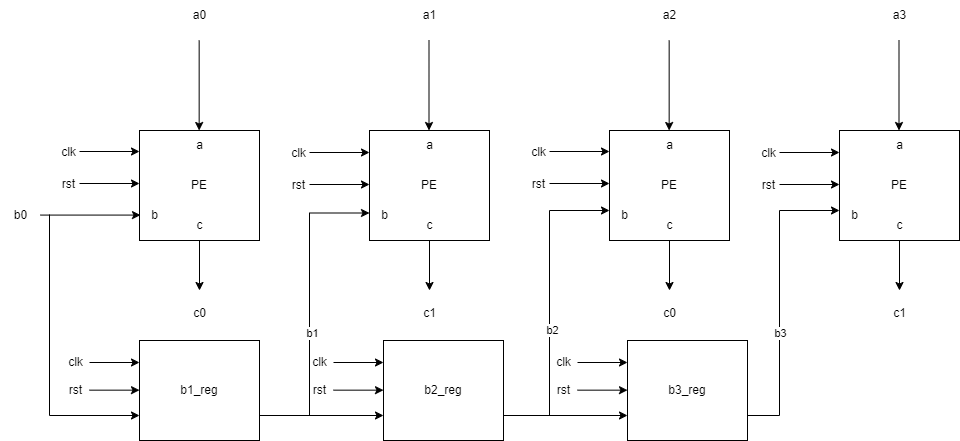
rong-hash/chipgptv_img keeps this draw.io diagram as advanced/1x4systolic.png. Above is the earlier version. Source tidied: cells renumbered, new cells last; positions are measured from the earlier drawing's top-left corner, leaving out a move shared by most shapes. Its diagram source:
```xml
<mxGraphModel>
  <root>
    <mxCell id="0" />
    <mxCell id="1" parent="0" />
    <mxCell id="2" value="PE" style="whiteSpace=wrap;html=1;" parent="1" vertex="1">
      <mxGeometry x="139" y="130" width="120" height="110" as="geometry" />
    </mxCell>
    <mxCell id="3" value="PE" style="whiteSpace=wrap;html=1;" parent="1" vertex="1">
      <mxGeometry x="369" y="130" width="120" height="110" as="geometry" />
    </mxCell>
    <mxCell id="4" style="edgeStyle=none;orthogonalLoop=1;jettySize=auto;html=1;rounded=0;" parent="1" edge="1">
      <mxGeometry relative="1" as="geometry">
        <mxPoint x="40" y="214.6" as="sourcePoint" />
        <mxPoint x="140" y="214.6" as="targetPoint" />
      </mxGeometry>
    </mxCell>
    <mxCell id="5" value="b0" style="text;html=1;align=center;verticalAlign=middle;strokeColor=none;fillColor=none;" parent="1" vertex="1">
      <mxGeometry y="200" width="40" height="30" as="geometry" />
    </mxCell>
    <mxCell id="6" style="edgeStyle=none;orthogonalLoop=1;jettySize=auto;html=1;rounded=0;" parent="1" edge="1">
      <mxGeometry relative="1" as="geometry">
        <mxPoint x="198.7" y="40" as="sourcePoint" />
        <mxPoint x="198.7" y="130" as="targetPoint" />
      </mxGeometry>
    </mxCell>
    <mxCell id="7" value="a0" style="text;html=1;align=center;verticalAlign=middle;strokeColor=none;fillColor=none;" parent="1" vertex="1">
      <mxGeometry x="179" width="40" height="30" as="geometry" />
    </mxCell>
    <mxCell id="8" style="edgeStyle=none;orthogonalLoop=1;jettySize=auto;html=1;rounded=0;" parent="1" edge="1">
      <mxGeometry relative="1" as="geometry">
        <mxPoint x="428.5" y="40" as="sourcePoint" />
        <mxPoint x="428.5" y="130" as="targetPoint" />
      </mxGeometry>
    </mxCell>
    <mxCell id="9" value="a1" style="text;html=1;align=center;verticalAlign=middle;strokeColor=none;fillColor=none;" parent="1" vertex="1">
      <mxGeometry x="409" width="40" height="30" as="geometry" />
    </mxCell>
    <mxCell id="10" style="edgeStyle=none;jettySize=auto;html=1;rounded=0;entryX=0;entryY=0.75;entryDx=0;entryDy=0;" parent="1" edge="1" target="13">
      <mxGeometry relative="1" as="geometry">
        <mxPoint x="49" y="214" as="sourcePoint" />
        <Array as="points">
          <mxPoint x="49" y="415" />
        </Array>
      </mxGeometry>
    </mxCell>
    <mxCell id="11" style="edgeStyle=orthogonalEdgeStyle;rounded=0;jettySize=auto;html=1;entryX=0;entryY=0.75;entryDx=0;entryDy=0;exitX=1;exitY=0.75;exitDx=0;exitDy=0;" parent="1" edge="1" source="13" target="3">
      <mxGeometry relative="1" as="geometry">
        <Array as="points">
          <mxPoint x="309" y="415" />
          <mxPoint x="309" y="213" />
        </Array>
      </mxGeometry>
    </mxCell>
    <mxCell id="12" value="b1" style="edgeLabel;html=1;align=center;verticalAlign=middle;" parent="11" vertex="1">
      <mxGeometry x="-0.15" y="-2" relative="1" as="geometry" />
    </mxCell>
    <mxCell id="13" value="b1_reg" style="whiteSpace=wrap;html=1;" parent="1" vertex="1">
      <mxGeometry x="139" y="340" width="120" height="100" as="geometry" />
    </mxCell>
    <mxCell id="14" style="edgeStyle=none;orthogonalLoop=1;jettySize=auto;html=1;rounded=0;" parent="1" edge="1">
      <mxGeometry relative="1" as="geometry">
        <mxPoint x="89" y="362" as="sourcePoint" />
        <mxPoint x="139" y="362" as="targetPoint" />
      </mxGeometry>
    </mxCell>
    <mxCell id="15" value="clk" style="text;html=1;align=center;verticalAlign=middle;strokeColor=none;fillColor=none;" parent="1" vertex="1">
      <mxGeometry x="55" y="347" width="40" height="30" as="geometry" />
    </mxCell>
    <mxCell id="16" value="b" style="text;html=1;align=center;verticalAlign=middle;strokeColor=none;fillColor=none;" parent="1" vertex="1">
      <mxGeometry x="139" y="200" width="30" height="30" as="geometry" />
    </mxCell>
    <mxCell id="17" value="b" style="text;html=1;align=center;verticalAlign=middle;strokeColor=none;fillColor=none;" parent="1" vertex="1">
      <mxGeometry x="369" y="200" width="30" height="30" as="geometry" />
    </mxCell>
    <mxCell id="18" value="a" style="text;html=1;align=center;verticalAlign=middle;strokeColor=none;fillColor=none;" parent="1" vertex="1">
      <mxGeometry x="184" y="130" width="30" height="30" as="geometry" />
    </mxCell>
    <mxCell id="19" value="a" style="text;html=1;align=center;verticalAlign=middle;strokeColor=none;fillColor=none;" parent="1" vertex="1">
      <mxGeometry x="414" y="130" width="30" height="30" as="geometry" />
    </mxCell>
    <mxCell id="20" value="c" style="text;html=1;align=center;verticalAlign=middle;strokeColor=none;fillColor=none;" parent="1" vertex="1">
      <mxGeometry x="184" y="210" width="30" height="30" as="geometry" />
    </mxCell>
    <mxCell id="21" value="c" style="text;html=1;align=center;verticalAlign=middle;strokeColor=none;fillColor=none;" parent="1" vertex="1">
      <mxGeometry x="414" y="210" width="30" height="30" as="geometry" />
    </mxCell>
    <mxCell id="22" style="edgeStyle=none;orthogonalLoop=1;jettySize=auto;html=1;rounded=0;" parent="1" edge="1">
      <mxGeometry relative="1" as="geometry">
        <mxPoint x="199" y="240" as="sourcePoint" />
        <mxPoint x="199" y="290" as="targetPoint" />
      </mxGeometry>
    </mxCell>
    <mxCell id="23" value="c0" style="text;html=1;align=center;verticalAlign=middle;strokeColor=none;fillColor=none;" parent="1" vertex="1">
      <mxGeometry x="179" y="298" width="40" height="30" as="geometry" />
    </mxCell>
    <mxCell id="24" style="edgeStyle=none;orthogonalLoop=1;jettySize=auto;html=1;rounded=0;" parent="1" edge="1">
      <mxGeometry relative="1" as="geometry">
        <mxPoint x="429" y="240" as="sourcePoint" />
        <mxPoint x="429" y="290" as="targetPoint" />
      </mxGeometry>
    </mxCell>
    <mxCell id="25" value="c1" style="text;html=1;align=center;verticalAlign=middle;strokeColor=none;fillColor=none;" parent="1" vertex="1">
      <mxGeometry x="409" y="298" width="40" height="30" as="geometry" />
    </mxCell>
    <mxCell id="26" style="edgeStyle=none;orthogonalLoop=1;jettySize=auto;html=1;rounded=0;" parent="1" edge="1">
      <mxGeometry relative="1" as="geometry">
        <mxPoint x="309" y="152" as="sourcePoint" />
        <mxPoint x="369" y="152" as="targetPoint" />
      </mxGeometry>
    </mxCell>
    <mxCell id="27" value="clk" style="text;html=1;align=center;verticalAlign=middle;strokeColor=none;fillColor=none;" parent="1" vertex="1">
      <mxGeometry x="278" y="138" width="40" height="30" as="geometry" />
    </mxCell>
    <mxCell id="28" value="rst" style="text;html=1;align=center;verticalAlign=middle;strokeColor=none;fillColor=none;" parent="1" vertex="1">
      <mxGeometry x="278" y="170" width="40" height="30" as="geometry" />
    </mxCell>
    <mxCell id="29" style="edgeStyle=none;orthogonalLoop=1;jettySize=auto;html=1;rounded=0;" parent="1" edge="1">
      <mxGeometry relative="1" as="geometry">
        <mxPoint x="309" y="184" as="sourcePoint" />
        <mxPoint x="369" y="184" as="targetPoint" />
      </mxGeometry>
    </mxCell>
    <mxCell id="30" style="edgeStyle=none;orthogonalLoop=1;jettySize=auto;html=1;rounded=0;" parent="1" edge="1">
      <mxGeometry relative="1" as="geometry">
        <mxPoint x="89" y="389.7" as="sourcePoint" />
        <mxPoint x="139" y="389.7" as="targetPoint" />
      </mxGeometry>
    </mxCell>
    <mxCell id="31" value="rst" style="text;html=1;align=center;verticalAlign=middle;strokeColor=none;fillColor=none;" parent="1" vertex="1">
      <mxGeometry x="55" y="375" width="40" height="30" as="geometry" />
    </mxCell>
    <mxCell id="32" style="edgeStyle=none;orthogonalLoop=1;jettySize=auto;html=1;rounded=0;" parent="1" edge="1">
      <mxGeometry relative="1" as="geometry">
        <mxPoint x="79" y="151" as="sourcePoint" />
        <mxPoint x="139" y="151" as="targetPoint" />
      </mxGeometry>
    </mxCell>
    <mxCell id="33" value="clk" style="text;html=1;align=center;verticalAlign=middle;strokeColor=none;fillColor=none;" parent="1" vertex="1">
      <mxGeometry x="48" y="137" width="40" height="30" as="geometry" />
    </mxCell>
    <mxCell id="34" value="rst" style="text;html=1;align=center;verticalAlign=middle;strokeColor=none;fillColor=none;" parent="1" vertex="1">
      <mxGeometry x="48" y="169" width="40" height="30" as="geometry" />
    </mxCell>
    <mxCell id="35" style="edgeStyle=none;orthogonalLoop=1;jettySize=auto;html=1;rounded=0;" parent="1" edge="1">
      <mxGeometry relative="1" as="geometry">
        <mxPoint x="79" y="183" as="sourcePoint" />
        <mxPoint x="139" y="183" as="targetPoint" />
      </mxGeometry>
    </mxCell>
    <mxCell id="36" value="PE" style="whiteSpace=wrap;html=1;" parent="1" vertex="1">
      <mxGeometry x="609" y="130" width="120" height="110" as="geometry" />
    </mxCell>
    <mxCell id="37" value="PE" style="whiteSpace=wrap;html=1;" parent="1" vertex="1">
      <mxGeometry x="839" y="130" width="120" height="110" as="geometry" />
    </mxCell>
    <mxCell id="38" style="edgeStyle=none;orthogonalLoop=1;jettySize=auto;html=1;rounded=0;" parent="1" edge="1">
      <mxGeometry relative="1" as="geometry">
        <mxPoint x="668.7" y="40" as="sourcePoint" />
        <mxPoint x="668.7" y="130" as="targetPoint" />
      </mxGeometry>
    </mxCell>
    <mxCell id="39" value="a2" style="text;html=1;align=center;verticalAlign=middle;strokeColor=none;fillColor=none;" parent="1" vertex="1">
      <mxGeometry x="649" width="40" height="30" as="geometry" />
    </mxCell>
    <mxCell id="40" style="edgeStyle=none;orthogonalLoop=1;jettySize=auto;html=1;rounded=0;" parent="1" edge="1">
      <mxGeometry relative="1" as="geometry">
        <mxPoint x="898.5" y="40" as="sourcePoint" />
        <mxPoint x="898.5" y="130" as="targetPoint" />
      </mxGeometry>
    </mxCell>
    <mxCell id="41" value="a3" style="text;html=1;align=center;verticalAlign=middle;strokeColor=none;fillColor=none;" parent="1" vertex="1">
      <mxGeometry x="879" width="40" height="30" as="geometry" />
    </mxCell>
    <mxCell id="42" value="b" style="text;html=1;align=center;verticalAlign=middle;strokeColor=none;fillColor=none;" parent="1" vertex="1">
      <mxGeometry x="609" y="200" width="30" height="30" as="geometry" />
    </mxCell>
    <mxCell id="43" value="b" style="text;html=1;align=center;verticalAlign=middle;strokeColor=none;fillColor=none;" parent="1" vertex="1">
      <mxGeometry x="839" y="200" width="30" height="30" as="geometry" />
    </mxCell>
    <mxCell id="44" value="a" style="text;html=1;align=center;verticalAlign=middle;strokeColor=none;fillColor=none;" parent="1" vertex="1">
      <mxGeometry x="654" y="130" width="30" height="30" as="geometry" />
    </mxCell>
    <mxCell id="45" value="a" style="text;html=1;align=center;verticalAlign=middle;strokeColor=none;fillColor=none;" parent="1" vertex="1">
      <mxGeometry x="884" y="130" width="30" height="30" as="geometry" />
    </mxCell>
    <mxCell id="46" value="c" style="text;html=1;align=center;verticalAlign=middle;strokeColor=none;fillColor=none;" parent="1" vertex="1">
      <mxGeometry x="654" y="210" width="30" height="30" as="geometry" />
    </mxCell>
    <mxCell id="47" value="c" style="text;html=1;align=center;verticalAlign=middle;strokeColor=none;fillColor=none;" parent="1" vertex="1">
      <mxGeometry x="884" y="210" width="30" height="30" as="geometry" />
    </mxCell>
    <mxCell id="48" style="edgeStyle=none;orthogonalLoop=1;jettySize=auto;html=1;rounded=0;" parent="1" edge="1">
      <mxGeometry relative="1" as="geometry">
        <mxPoint x="669" y="240" as="sourcePoint" />
        <mxPoint x="669" y="290" as="targetPoint" />
      </mxGeometry>
    </mxCell>
    <mxCell id="49" value="c0" style="text;html=1;align=center;verticalAlign=middle;strokeColor=none;fillColor=none;" parent="1" vertex="1">
      <mxGeometry x="649" y="298" width="40" height="30" as="geometry" />
    </mxCell>
    <mxCell id="50" style="edgeStyle=none;orthogonalLoop=1;jettySize=auto;html=1;rounded=0;" parent="1" edge="1">
      <mxGeometry relative="1" as="geometry">
        <mxPoint x="899" y="240" as="sourcePoint" />
        <mxPoint x="899" y="290" as="targetPoint" />
      </mxGeometry>
    </mxCell>
    <mxCell id="51" value="c1" style="text;html=1;align=center;verticalAlign=middle;strokeColor=none;fillColor=none;" parent="1" vertex="1">
      <mxGeometry x="879" y="298" width="40" height="30" as="geometry" />
    </mxCell>
    <mxCell id="52" style="edgeStyle=none;orthogonalLoop=1;jettySize=auto;html=1;rounded=0;" parent="1" edge="1">
      <mxGeometry relative="1" as="geometry">
        <mxPoint x="779" y="152" as="sourcePoint" />
        <mxPoint x="839" y="152" as="targetPoint" />
      </mxGeometry>
    </mxCell>
    <mxCell id="53" value="clk" style="text;html=1;align=center;verticalAlign=middle;strokeColor=none;fillColor=none;" parent="1" vertex="1">
      <mxGeometry x="748" y="138" width="40" height="30" as="geometry" />
    </mxCell>
    <mxCell id="54" value="rst" style="text;html=1;align=center;verticalAlign=middle;strokeColor=none;fillColor=none;" parent="1" vertex="1">
      <mxGeometry x="748" y="170" width="40" height="30" as="geometry" />
    </mxCell>
    <mxCell id="55" style="edgeStyle=none;orthogonalLoop=1;jettySize=auto;html=1;rounded=0;" parent="1" edge="1">
      <mxGeometry relative="1" as="geometry">
        <mxPoint x="779" y="184" as="sourcePoint" />
        <mxPoint x="839" y="184" as="targetPoint" />
      </mxGeometry>
    </mxCell>
    <mxCell id="56" style="edgeStyle=none;orthogonalLoop=1;jettySize=auto;html=1;rounded=0;" parent="1" edge="1">
      <mxGeometry relative="1" as="geometry">
        <mxPoint x="549" y="151" as="sourcePoint" />
        <mxPoint x="609" y="151" as="targetPoint" />
      </mxGeometry>
    </mxCell>
    <mxCell id="57" value="clk" style="text;html=1;align=center;verticalAlign=middle;strokeColor=none;fillColor=none;" parent="1" vertex="1">
      <mxGeometry x="518" y="137" width="40" height="30" as="geometry" />
    </mxCell>
    <mxCell id="58" value="rst" style="text;html=1;align=center;verticalAlign=middle;strokeColor=none;fillColor=none;" parent="1" vertex="1">
      <mxGeometry x="518" y="169" width="40" height="30" as="geometry" />
    </mxCell>
    <mxCell id="59" style="edgeStyle=none;orthogonalLoop=1;jettySize=auto;html=1;rounded=0;" parent="1" edge="1">
      <mxGeometry relative="1" as="geometry">
        <mxPoint x="549" y="183" as="sourcePoint" />
        <mxPoint x="609" y="183" as="targetPoint" />
      </mxGeometry>
    </mxCell>
    <mxCell id="60" value="b2_reg" style="whiteSpace=wrap;html=1;" parent="1" vertex="1">
      <mxGeometry x="383" y="340" width="120" height="100" as="geometry" />
    </mxCell>
    <mxCell id="61" style="edgeStyle=none;orthogonalLoop=1;jettySize=auto;html=1;rounded=0;" parent="1" edge="1">
      <mxGeometry relative="1" as="geometry">
        <mxPoint x="333" y="362" as="sourcePoint" />
        <mxPoint x="383" y="362" as="targetPoint" />
      </mxGeometry>
    </mxCell>
    <mxCell id="62" value="clk" style="text;html=1;align=center;verticalAlign=middle;strokeColor=none;fillColor=none;" parent="1" vertex="1">
      <mxGeometry x="299" y="347" width="40" height="30" as="geometry" />
    </mxCell>
    <mxCell id="63" style="edgeStyle=none;orthogonalLoop=1;jettySize=auto;html=1;rounded=0;" parent="1" edge="1">
      <mxGeometry relative="1" as="geometry">
        <mxPoint x="333" y="389.7" as="sourcePoint" />
        <mxPoint x="383" y="389.7" as="targetPoint" />
      </mxGeometry>
    </mxCell>
    <mxCell id="64" value="rst" style="text;html=1;align=center;verticalAlign=middle;strokeColor=none;fillColor=none;" parent="1" vertex="1">
      <mxGeometry x="299" y="375" width="40" height="30" as="geometry" />
    </mxCell>
    <mxCell id="65" style="endArrow=classic;html=1;rounded=0;exitX=1;exitY=0.75;exitDx=0;exitDy=0;entryX=0;entryY=0.75;entryDx=0;entryDy=0;" parent="1" edge="1" source="13" target="60">
      <mxGeometry relative="1" as="geometry" />
    </mxCell>
    <mxCell id="66" style="edgeStyle=orthogonalEdgeStyle;rounded=0;jettySize=auto;html=1;exitX=1;exitY=0.75;exitDx=0;exitDy=0;" parent="1" edge="1" source="60">
      <mxGeometry relative="1" as="geometry">
        <mxPoint x="609" y="210" as="targetPoint" />
        <Array as="points">
          <mxPoint x="549" y="415" />
          <mxPoint x="549" y="210" />
        </Array>
      </mxGeometry>
    </mxCell>
    <mxCell id="67" value="b2" style="edgeLabel;html=1;align=center;verticalAlign=middle;" parent="66" vertex="1">
      <mxGeometry x="-0.15" y="-2" relative="1" as="geometry" />
    </mxCell>
    <mxCell id="68" value="b3_reg" style="whiteSpace=wrap;html=1;" parent="1" vertex="1">
      <mxGeometry x="627" y="340" width="120" height="100" as="geometry" />
    </mxCell>
    <mxCell id="69" style="edgeStyle=none;orthogonalLoop=1;jettySize=auto;html=1;rounded=0;" parent="1" edge="1">
      <mxGeometry relative="1" as="geometry">
        <mxPoint x="577" y="362" as="sourcePoint" />
        <mxPoint x="627" y="362" as="targetPoint" />
      </mxGeometry>
    </mxCell>
    <mxCell id="70" value="clk" style="text;html=1;align=center;verticalAlign=middle;strokeColor=none;fillColor=none;" parent="1" vertex="1">
      <mxGeometry x="543" y="347" width="40" height="30" as="geometry" />
    </mxCell>
    <mxCell id="71" style="edgeStyle=none;orthogonalLoop=1;jettySize=auto;html=1;rounded=0;" parent="1" edge="1">
      <mxGeometry relative="1" as="geometry">
        <mxPoint x="577" y="389.7" as="sourcePoint" />
        <mxPoint x="627" y="389.7" as="targetPoint" />
      </mxGeometry>
    </mxCell>
    <mxCell id="72" value="rst" style="text;html=1;align=center;verticalAlign=middle;strokeColor=none;fillColor=none;" parent="1" vertex="1">
      <mxGeometry x="543" y="375" width="40" height="30" as="geometry" />
    </mxCell>
    <mxCell id="73" style="endArrow=classic;html=1;rounded=0;exitX=1;exitY=0.75;exitDx=0;exitDy=0;entryX=0;entryY=0.75;entryDx=0;entryDy=0;" parent="1" edge="1" target="68">
      <mxGeometry relative="1" as="geometry">
        <mxPoint x="503" y="415" as="sourcePoint" />
      </mxGeometry>
    </mxCell>
    <mxCell id="74" style="edgeStyle=orthogonalEdgeStyle;rounded=0;jettySize=auto;html=1;exitX=1;exitY=0.75;exitDx=0;exitDy=0;" parent="1" edge="1" source="68">
      <mxGeometry relative="1" as="geometry">
        <mxPoint x="839" y="210" as="targetPoint" />
        <Array as="points">
          <mxPoint x="779" y="415" />
          <mxPoint x="779" y="210" />
        </Array>
      </mxGeometry>
    </mxCell>
    <mxCell id="75" value="b3" style="edgeLabel;html=1;align=center;verticalAlign=middle;" parent="74" vertex="1">
      <mxGeometry x="-0.14" relative="1" as="geometry">
        <mxPoint y="12" as="offset" />
      </mxGeometry>
    </mxCell>
  </root>
</mxGraphModel>
```
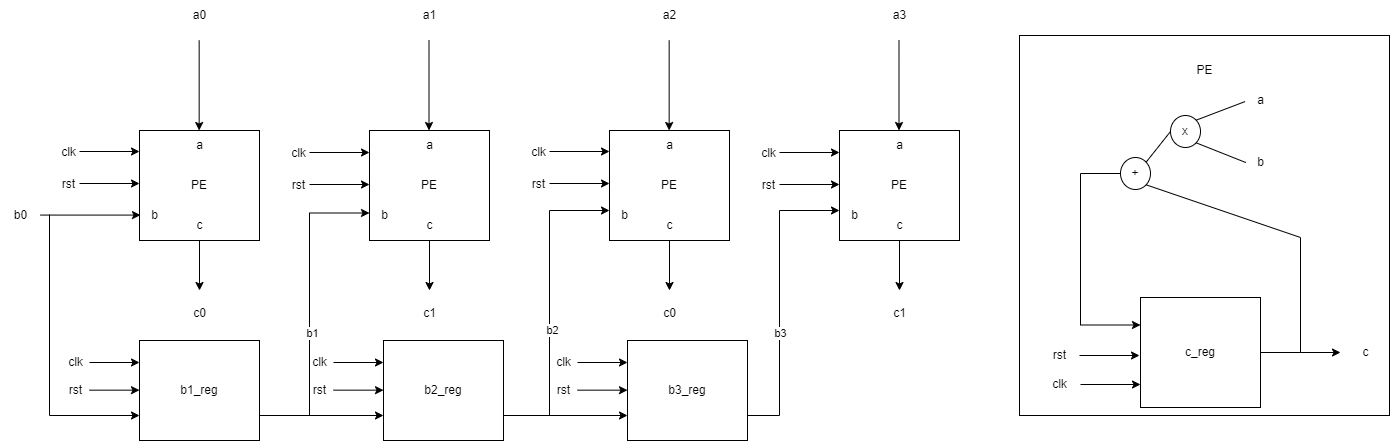
The same file after the commit.

Commit message:
update advanced instance image

Diff of the diagram source:
```diff
@@ -319,5 +319,78 @@
         <mxPoint y="12" as="offset" />
       </mxGeometry>
     </mxCell>
+    <mxCell id="76" style="whiteSpace=wrap;html=1;" parent="1" vertex="1">
+      <mxGeometry x="1019" y="35" width="370" height="380" as="geometry" />
+    </mxCell>
+    <mxCell id="77" value="PE" style="text;html=1;align=center;verticalAlign=middle;strokeColor=none;fillColor=none;" parent="1" vertex="1">
+      <mxGeometry x="1184" y="55" width="40" height="30" as="geometry" />
+    </mxCell>
+    <mxCell id="78" value="a" style="text;html=1;align=center;verticalAlign=middle;points=[];strokeColor=none;fillColor=none;" parent="1" vertex="1">
+      <mxGeometry x="1245" y="85" width="30" height="30" as="geometry" />
+    </mxCell>
+    <mxCell id="79" value="b" style="text;html=1;align=center;verticalAlign=middle;points=[];strokeColor=none;fillColor=none;" parent="1" vertex="1">
+      <mxGeometry x="1245" y="147" width="30" height="30" as="geometry" />
+    </mxCell>
+    <mxCell id="80" style="endArrow=none;html=1;rounded=0;entryX=-0.014;entryY=0.535;entryDx=0;entryDy=0;entryPerimeter=0;exitX=1;exitY=0;exitDx=0;exitDy=0;" parent="1" edge="1" source="81" target="78">
+      <mxGeometry relative="1" as="geometry" />
+    </mxCell>
+    <mxCell id="81" value="x" style="ellipse;whiteSpace=wrap;html=1;" parent="1" vertex="1">
+      <mxGeometry x="1170" y="115" width="30" height="32" as="geometry" />
+    </mxCell>
+    <mxCell id="82" style="endArrow=none;html=1;rounded=0;entryX=0.013;entryY=0.502;entryDx=0;entryDy=0;entryPerimeter=0;exitX=1;exitY=1;exitDx=0;exitDy=0;" parent="1" edge="1" source="81" target="79">
+      <mxGeometry relative="1" as="geometry" />
+    </mxCell>
+    <mxCell id="83" style="edgeStyle=orthogonalEdgeStyle;rounded=0;jettySize=auto;html=1;entryX=0;entryY=0.25;entryDx=0;entryDy=0;" parent="1" edge="1" source="84" target="87">
+      <mxGeometry relative="1" as="geometry">
+        <Array as="points">
+          <mxPoint x="1080" y="173" />
+          <mxPoint x="1080" y="325" />
+          <mxPoint x="1140" y="325" />
+        </Array>
+      </mxGeometry>
+    </mxCell>
+    <mxCell id="84" value="+" style="ellipse;whiteSpace=wrap;html=1;" parent="1" vertex="1">
+      <mxGeometry x="1120" y="157" width="30" height="32" as="geometry" />
+    </mxCell>
+    <mxCell id="85" style="endArrow=none;html=1;rounded=0;entryX=0;entryY=0.5;entryDx=0;entryDy=0;exitX=1;exitY=0;exitDx=0;exitDy=0;" parent="1" edge="1" source="84" target="81">
+      <mxGeometry relative="1" as="geometry" />
+    </mxCell>
+    <mxCell id="86" style="edgeStyle=orthogonalEdgeStyle;rounded=0;jettySize=auto;html=1;" parent="1" edge="1" source="87">
+      <mxGeometry relative="1" as="geometry">
+        <mxPoint x="1340" y="352" as="targetPoint" />
+      </mxGeometry>
+    </mxCell>
+    <mxCell id="87" value="c_reg" style="whiteSpace=wrap;html=1;" parent="1" vertex="1">
+      <mxGeometry x="1140" y="297" width="120" height="110" as="geometry" />
+    </mxCell>
+    <mxCell id="88" value="c" style="text;html=1;align=center;verticalAlign=middle;strokeColor=none;fillColor=none;" parent="1" vertex="1">
+      <mxGeometry x="1350" y="337" width="30" height="30" as="geometry" />
+    </mxCell>
+    <mxCell id="89" style="endArrow=none;html=1;rounded=0;entryX=1;entryY=1;entryDx=0;entryDy=0;" parent="1" edge="1" target="84">
+      <mxGeometry relative="1" as="geometry">
+        <mxPoint x="1300" y="352" as="sourcePoint" />
+        <Array as="points">
+          <mxPoint x="1300" y="237" />
+        </Array>
+      </mxGeometry>
+    </mxCell>
+    <mxCell id="90" value="clk" style="text;html=1;align=center;verticalAlign=middle;strokeColor=none;fillColor=none;rotation=0;" parent="1" vertex="1">
+      <mxGeometry x="1039" y="369" width="40" height="30" as="geometry" />
+    </mxCell>
+    <mxCell id="91" style="edgeStyle=none;orthogonalLoop=1;jettySize=auto;html=1;rounded=0;" parent="1" edge="1">
+      <mxGeometry relative="1" as="geometry">
+        <mxPoint x="1080" y="384" as="sourcePoint" />
+        <mxPoint x="1140" y="384" as="targetPoint" />
+      </mxGeometry>
+    </mxCell>
+    <mxCell id="92" style="edgeStyle=none;orthogonalLoop=1;jettySize=auto;html=1;rounded=0;" parent="1" edge="1">
+      <mxGeometry relative="1" as="geometry">
+        <mxPoint x="1079" y="355" as="sourcePoint" />
+        <mxPoint x="1139" y="355" as="targetPoint" />
+      </mxGeometry>
+    </mxCell>
+    <mxCell id="93" value="rst" style="text;html=1;align=center;verticalAlign=middle;strokeColor=none;fillColor=none;" parent="1" vertex="1">
+      <mxGeometry x="1039" y="340" width="40" height="30" as="geometry" />
+    </mxCell>
   </root>
 </mxGraphModel>
```
